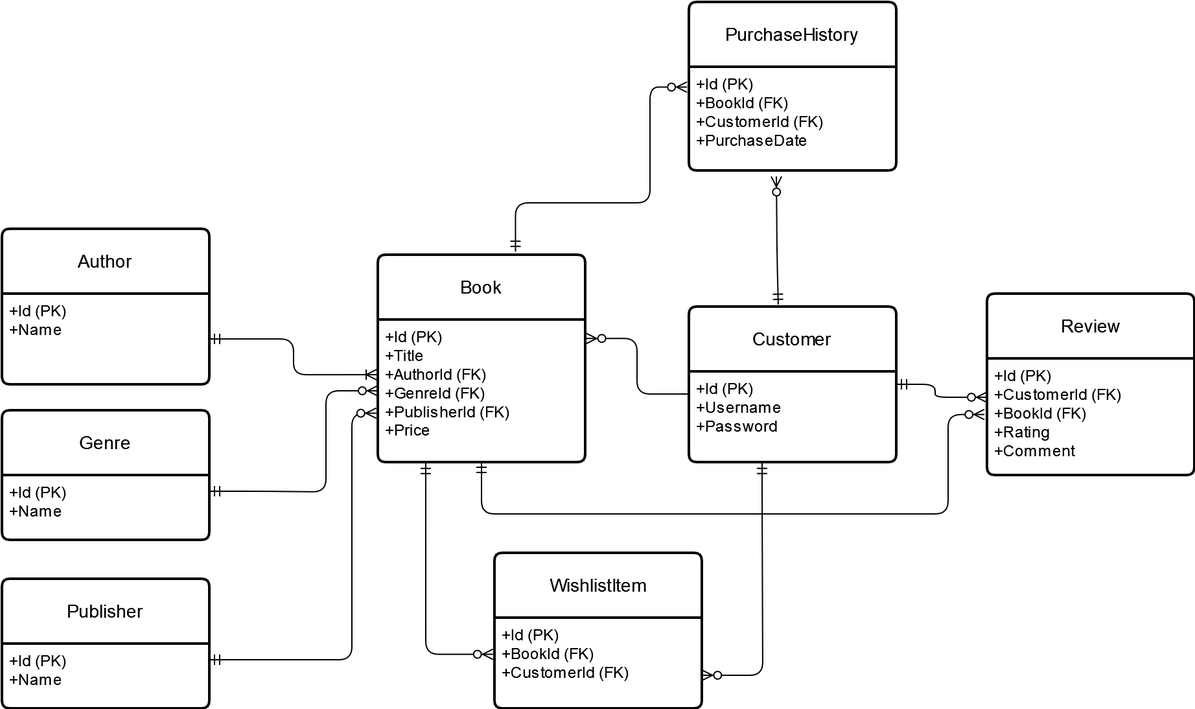
Earlier version of the draw.io export DataModel.png (misofarkas/pa200bookhub). Source tidied: cells renumbered, new cells last; positions are measured from the earlier drawing's top-left corner, leaving out a move shared by most shapes.
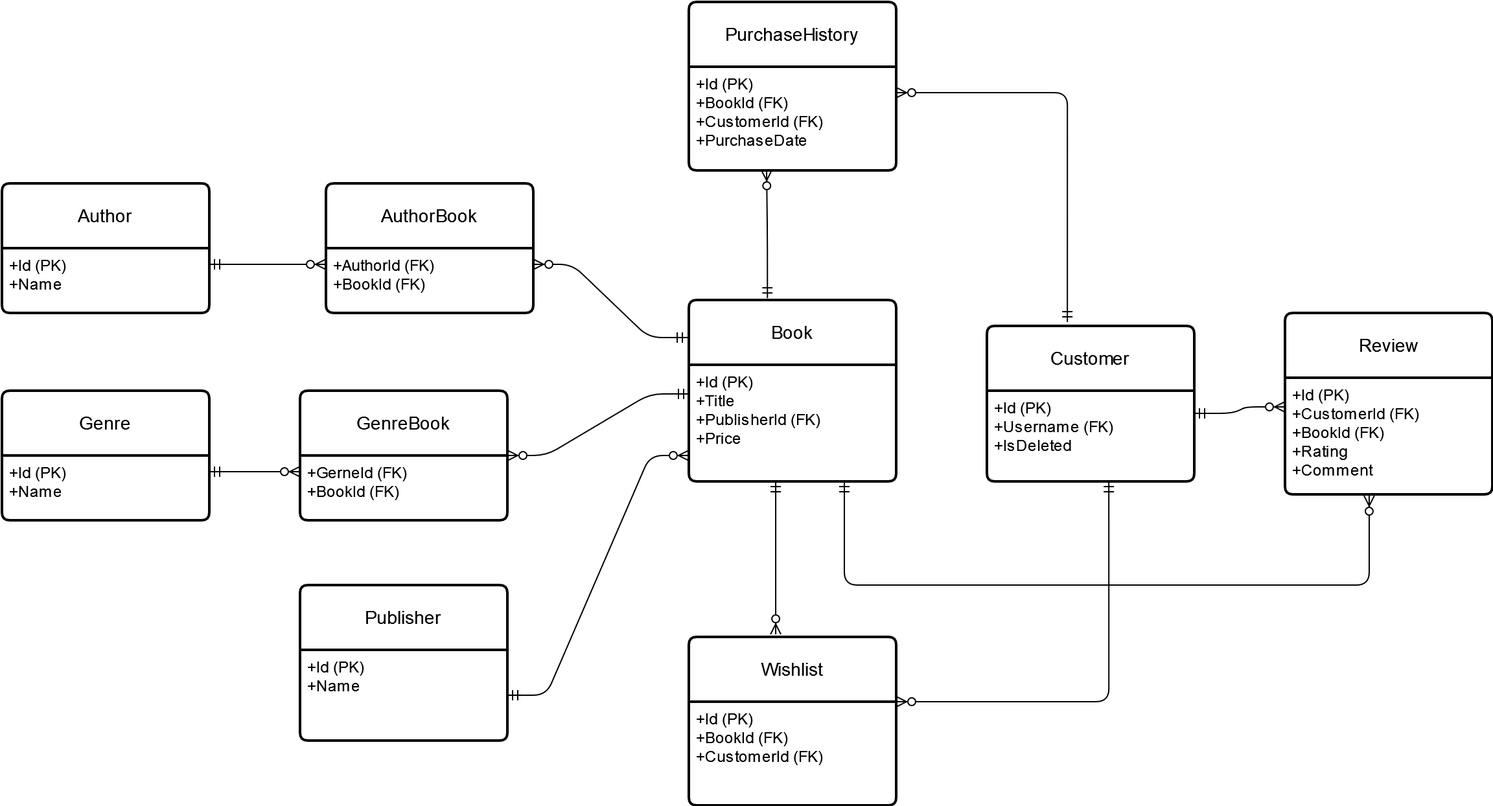
Later version of the same file.

Diff of the diagram source:
```diff
@@ -3,127 +3,117 @@
     <mxCell id="0" />
     <mxCell id="1" parent="0" />
     <mxCell id="2" value="Author" style="swimlane;horizontal=1;startSize=50;rounded=1;fontSize=14;fontStyle=0;strokeWidth=2;shadow=0;dashed=0;align=center;arcSize=4;whiteSpace=wrap;html=1;" parent="1" vertex="1">
-      <mxGeometry y="175" width="160" height="120" as="geometry" />
+      <mxGeometry x="-320" y="175" width="160" height="100" as="geometry" />
     </mxCell>
-    <mxCell id="3" value="&lt;div&gt;+Id (PK)&lt;br&gt;&lt;/div&gt;&lt;div&gt;+Name&lt;br&gt;&lt;/div&gt;" style="align=left;strokeColor=none;fillColor=none;spacingLeft=4;fontSize=12;verticalAlign=top;html=1;" parent="2" vertex="1">
-      <mxGeometry y="50" width="160" height="70" as="geometry" />
-    </mxCell>
+    <mxCell id="28" value="&lt;div&gt;+Id (PK)&lt;/div&gt;&lt;div&gt;+Name&lt;br&gt;&lt;/div&gt;" style="align=left;strokeColor=none;fillColor=none;spacingLeft=4;fontSize=12;verticalAlign=top;html=1;" parent="2" vertex="1">
+      <mxGeometry y="50" width="160" height="50" as="geometry" />
+    </mxCell>
+    <mxCell id="6" value="Genre" style="swimlane;horizontal=1;startSize=50;rounded=1;fontSize=14;fontStyle=0;strokeWidth=2;shadow=0;dashed=0;align=center;arcSize=4;whiteSpace=wrap;html=1;" parent="1" vertex="1">
+      <mxGeometry x="-320" y="335" width="160" height="100" as="geometry" />
+    </mxCell>
+    <mxCell id="29" value="&lt;div&gt;+Id (PK)&lt;/div&gt;&lt;div&gt;+Name&lt;br&gt;&lt;/div&gt;" style="align=left;strokeColor=none;fillColor=none;spacingLeft=4;fontSize=12;verticalAlign=top;html=1;" parent="6" vertex="1">
+      <mxGeometry y="50" width="160" height="50" as="geometry" />
+    </mxCell>
+    <mxCell id="8" value="Publisher" style="swimlane;horizontal=1;startSize=50;rounded=1;fontSize=14;fontStyle=0;strokeWidth=2;shadow=0;dashed=0;align=center;arcSize=4;whiteSpace=wrap;html=1;" parent="1" vertex="1">
+      <mxGeometry x="-90" y="485" width="160" height="120" as="geometry" />
+    </mxCell>
+    <mxCell id="30" value="&lt;div&gt;+Id (PK)&lt;/div&gt;&lt;div&gt;+Name&lt;br&gt;&lt;/div&gt;" style="align=left;strokeColor=none;fillColor=none;spacingLeft=4;fontSize=12;verticalAlign=top;html=1;" parent="8" vertex="1">
+      <mxGeometry y="50" width="160" height="70" as="geometry" />
+    </mxCell>
     <mxCell id="4" value="Book" style="swimlane;horizontal=1;startSize=50;rounded=1;fontSize=14;fontStyle=0;strokeWidth=2;shadow=0;dashed=0;align=center;arcSize=4;whiteSpace=wrap;html=1;" parent="1" vertex="1">
-      <mxGeometry x="290" y="195" width="160" height="160" as="geometry" />
+      <mxGeometry x="210" y="265" width="160" height="140" as="geometry" />
     </mxCell>
-    <mxCell id="5" value="&lt;div&gt;+Id (PK)&lt;br&gt;&lt;/div&gt;&lt;div&gt;+Title&lt;/div&gt;&lt;div&gt;+AuthorId (FK)&lt;/div&gt;&lt;div&gt;+GenreId (FK)&lt;/div&gt;&lt;div&gt;+PublisherId (FK)&lt;/div&gt;&lt;div&gt;+Price&lt;br&gt;&lt;/div&gt;" style="align=left;strokeColor=none;fillColor=none;spacingLeft=4;fontSize=12;verticalAlign=top;html=1;" parent="4" vertex="1">
-      <mxGeometry y="50" width="160" height="110" as="geometry" />
-    </mxCell>
-    <mxCell id="6" value="Genre" style="swimlane;horizontal=1;startSize=50;rounded=1;fontSize=14;fontStyle=0;strokeWidth=2;shadow=0;dashed=0;align=center;arcSize=4;whiteSpace=wrap;html=1;" parent="1" vertex="1">
-      <mxGeometry y="315" width="160" height="100" as="geometry" />
-    </mxCell>
-    <mxCell id="7" value="&lt;div&gt;+Id (PK)&lt;br&gt;&lt;/div&gt;&lt;div&gt;+Name&lt;br&gt;&lt;/div&gt;" style="align=left;strokeColor=none;fillColor=none;spacingLeft=4;fontSize=12;verticalAlign=top;html=1;" parent="6" vertex="1">
-      <mxGeometry y="50" width="160" height="50" as="geometry" />
-    </mxCell>
-    <mxCell id="8" value="Publisher" style="swimlane;horizontal=1;startSize=50;rounded=1;fontSize=14;fontStyle=0;strokeWidth=2;shadow=0;dashed=0;align=center;arcSize=4;whiteSpace=wrap;html=1;" parent="1" vertex="1">
-      <mxGeometry y="445" width="160" height="100" as="geometry" />
-    </mxCell>
-    <mxCell id="9" value="&lt;div&gt;+Id (PK)&lt;br&gt;&lt;/div&gt;&lt;div&gt;+Name&lt;br&gt;&lt;/div&gt;" style="align=left;strokeColor=none;fillColor=none;spacingLeft=4;fontSize=12;verticalAlign=top;html=1;" parent="8" vertex="1">
-      <mxGeometry y="50" width="160" height="50" as="geometry" />
-    </mxCell>
-    <mxCell id="10" value="Customer" style="swimlane;horizontal=1;startSize=50;rounded=1;fontSize=14;fontStyle=0;strokeWidth=2;shadow=0;dashed=0;align=center;arcSize=4;whiteSpace=wrap;html=1;" parent="1" vertex="1">
-      <mxGeometry x="530" y="235" width="160" height="120" as="geometry" />
-    </mxCell>
-    <mxCell id="11" value="&lt;div&gt;+Id (PK)&lt;br&gt;&lt;/div&gt;&lt;div&gt;+Username&lt;/div&gt;&lt;div&gt;+Password&lt;br&gt;&lt;/div&gt;" style="align=left;strokeColor=none;fillColor=none;spacingLeft=4;fontSize=12;verticalAlign=top;html=1;" parent="10" vertex="1">
-      <mxGeometry y="50" width="160" height="70" as="geometry" />
-    </mxCell>
+    <mxCell id="31" value="&lt;div&gt;+Id (PK)&lt;/div&gt;&lt;div&gt;+Title&lt;/div&gt;&lt;div&gt;+PublisherId (FK)&lt;/div&gt;&lt;div&gt;+Price&lt;br&gt;&lt;/div&gt;" style="align=left;strokeColor=none;fillColor=none;spacingLeft=4;fontSize=12;verticalAlign=top;html=1;" parent="4" vertex="1">
+      <mxGeometry y="50" width="160" height="90" as="geometry" />
+    </mxCell>
+    <mxCell id="32" value="AuthorBook" style="swimlane;horizontal=1;startSize=50;rounded=1;fontSize=14;fontStyle=0;strokeWidth=2;shadow=0;dashed=0;align=center;arcSize=4;whiteSpace=wrap;html=1;" parent="1" vertex="1">
+      <mxGeometry x="-70" y="175" width="160" height="100" as="geometry" />
+    </mxCell>
+    <mxCell id="33" value="&lt;div&gt;+AuthorId (FK)&lt;/div&gt;&lt;div&gt;+BookId (FK)&lt;br&gt;&lt;/div&gt;" style="align=left;strokeColor=none;fillColor=none;spacingLeft=4;fontSize=12;verticalAlign=top;html=1;" parent="32" vertex="1">
+      <mxGeometry y="50" width="160" height="50" as="geometry" />
+    </mxCell>
+    <mxCell id="34" value="GenreBook" style="swimlane;horizontal=1;startSize=50;rounded=1;fontSize=14;fontStyle=0;strokeWidth=2;shadow=0;dashed=0;align=center;arcSize=4;whiteSpace=wrap;html=1;" parent="1" vertex="1">
+      <mxGeometry x="-90" y="335" width="160" height="100" as="geometry" />
+    </mxCell>
+    <mxCell id="35" value="&lt;div&gt;+GerneId (FK)&lt;/div&gt;&lt;div&gt;+BookId (FK)&lt;br&gt;&lt;/div&gt;" style="align=left;strokeColor=none;fillColor=none;spacingLeft=4;fontSize=12;verticalAlign=top;html=1;" parent="34" vertex="1">
+      <mxGeometry y="50" width="160" height="50" as="geometry" />
+    </mxCell>
+    <mxCell id="36" value="Wishlist" style="swimlane;horizontal=1;startSize=50;rounded=1;fontSize=14;fontStyle=0;strokeWidth=2;shadow=0;dashed=0;align=center;arcSize=4;whiteSpace=wrap;html=1;" parent="1" vertex="1">
+      <mxGeometry x="210" y="525" width="160" height="130" as="geometry" />
+    </mxCell>
+    <mxCell id="17" value="&lt;div&gt;+Id (PK)&lt;/div&gt;&lt;div&gt;+BookId (FK)&lt;/div&gt;&lt;div&gt;+CustomerId (FK)&lt;/div&gt;&lt;div&gt;&lt;br&gt;&lt;/div&gt;" style="align=left;strokeColor=none;fillColor=none;spacingLeft=4;fontSize=12;verticalAlign=top;html=1;" parent="36" vertex="1">
+      <mxGeometry y="50" width="160" height="80" as="geometry" />
+    </mxCell>
     <mxCell id="12" value="PurchaseHistory" style="swimlane;horizontal=1;startSize=50;rounded=1;fontSize=14;fontStyle=0;strokeWidth=2;shadow=0;dashed=0;align=center;arcSize=4;whiteSpace=wrap;html=1;" parent="1" vertex="1">
-      <mxGeometry x="530" width="160" height="130" as="geometry" />
+      <mxGeometry x="210" y="35" width="160" height="130" as="geometry" />
     </mxCell>
-    <mxCell id="13" value="&lt;div&gt;+Id (PK)&lt;/div&gt;&lt;div&gt;+BookId (FK)&lt;br&gt;&lt;/div&gt;&lt;div&gt;+CustomerId (FK)&lt;/div&gt;&lt;div&gt;+PurchaseDate&lt;br&gt;&lt;/div&gt;" style="align=left;strokeColor=none;fillColor=none;spacingLeft=4;fontSize=12;verticalAlign=top;html=1;" parent="12" vertex="1">
+    <mxCell id="13" value="&lt;div&gt;+Id (PK)&lt;/div&gt;&lt;div&gt;+BookId (FK)&lt;/div&gt;&lt;div&gt;+CustomerId (FK)&lt;/div&gt;&lt;div&gt;+PurchaseDate&lt;br&gt;&lt;/div&gt;" style="align=left;strokeColor=none;fillColor=none;spacingLeft=4;fontSize=12;verticalAlign=top;html=1;" parent="12" vertex="1">
       <mxGeometry y="50" width="160" height="80" as="geometry" />
     </mxCell>
+    <mxCell id="10" value="Customer" style="swimlane;horizontal=1;startSize=50;rounded=1;fontSize=14;fontStyle=0;strokeWidth=2;shadow=0;dashed=0;align=center;arcSize=4;whiteSpace=wrap;html=1;" parent="1" vertex="1">
+      <mxGeometry x="440" y="285" width="160" height="120" as="geometry" />
+    </mxCell>
+    <mxCell id="37" value="&lt;div&gt;+Id (PK)&lt;/div&gt;&lt;div&gt;+Username (FK)&lt;/div&gt;&lt;div&gt;+IsDeleted&lt;br&gt;&lt;/div&gt;&lt;div&gt;&lt;br&gt;&lt;/div&gt;" style="align=left;strokeColor=none;fillColor=none;spacingLeft=4;fontSize=12;verticalAlign=top;html=1;" parent="10" vertex="1">
+      <mxGeometry y="50" width="160" height="70" as="geometry" />
+    </mxCell>
     <mxCell id="14" value="Review" style="swimlane;horizontal=1;startSize=50;rounded=1;fontSize=14;fontStyle=0;strokeWidth=2;shadow=0;dashed=0;align=center;arcSize=4;whiteSpace=wrap;html=1;" parent="1" vertex="1">
-      <mxGeometry x="760" y="225" width="160" height="140" as="geometry" />
+      <mxGeometry x="670" y="275" width="160" height="140" as="geometry" />
     </mxCell>
-    <mxCell id="15" value="&lt;div&gt;+Id (PK)&lt;br&gt;&lt;/div&gt;&lt;div&gt;+CustomerId (FK)&lt;/div&gt;&lt;div&gt;+BookId (FK)&lt;/div&gt;&lt;div&gt;+Rating&lt;/div&gt;&lt;div&gt;+Comment&lt;br&gt;&lt;/div&gt;" style="align=left;strokeColor=none;fillColor=none;spacingLeft=4;fontSize=12;verticalAlign=top;html=1;" parent="14" vertex="1">
+    <mxCell id="15" value="&lt;div&gt;+Id (PK)&lt;/div&gt;&lt;div&gt;+CustomerId (FK)&lt;/div&gt;&lt;div&gt;+BookId (FK)&lt;/div&gt;&lt;div&gt;+Rating&lt;/div&gt;&lt;div&gt;+Comment&lt;br&gt;&lt;/div&gt;&lt;div&gt;&lt;br&gt;&lt;/div&gt;" style="align=left;strokeColor=none;fillColor=none;spacingLeft=4;fontSize=12;verticalAlign=top;html=1;" parent="14" vertex="1">
       <mxGeometry y="50" width="160" height="90" as="geometry" />
     </mxCell>
-    <mxCell id="16" value="WishlistItem" style="swimlane;horizontal=1;startSize=50;rounded=1;fontSize=14;fontStyle=0;strokeWidth=2;shadow=0;dashed=0;align=center;arcSize=4;whiteSpace=wrap;html=1;" parent="1" vertex="1">
-      <mxGeometry x="380" y="425" width="160" height="120" as="geometry" />
-    </mxCell>
-    <mxCell id="17" value="&lt;div&gt;+Id (PK)&lt;br&gt;&lt;/div&gt;&lt;div&gt;+BookId (FK)&lt;/div&gt;&lt;div&gt;+CustomerId (FK)&lt;br&gt;&lt;/div&gt;" style="align=left;strokeColor=none;fillColor=none;spacingLeft=4;fontSize=12;verticalAlign=top;html=1;" parent="16" vertex="1">
-      <mxGeometry y="50" width="160" height="70" as="geometry" />
-    </mxCell>
-    <mxCell id="18" style="edgeStyle=orthogonalEdgeStyle;fontSize=12;html=1;endArrow=ERoneToMany;startArrow=ERmandOne;rounded=1;exitX=1;exitY=0.5;exitDx=0;exitDy=0;entryX=-0.006;entryY=0.387;entryDx=0;entryDy=0;entryPerimeter=0;" parent="1" edge="1" source="3" target="5">
-      <mxGeometry relative="1" as="geometry" />
-    </mxCell>
-    <mxCell id="19" style="edgeStyle=orthogonalEdgeStyle;fontSize=12;html=1;endArrow=ERzeroToMany;startArrow=ERmandOne;rounded=1;entryX=0;entryY=0.5;entryDx=0;entryDy=0;exitX=1;exitY=0.25;exitDx=0;exitDy=0;" parent="1" edge="1" source="7" target="5">
-      <mxGeometry relative="1" as="geometry">
-        <Array as="points">
-          <mxPoint x="200" y="378" />
-          <mxPoint x="250" y="378" />
-          <mxPoint x="250" y="300" />
-        </Array>
-      </mxGeometry>
-    </mxCell>
-    <mxCell id="20" style="edgeStyle=orthogonalEdgeStyle;fontSize=12;html=1;endArrow=ERzeroToMany;startArrow=ERmandOne;rounded=1;entryX=-0.007;entryY=0.657;entryDx=0;entryDy=0;exitX=1;exitY=0.25;exitDx=0;exitDy=0;entryPerimeter=0;" parent="1" edge="1" source="9" target="5">
-      <mxGeometry relative="1" as="geometry">
-        <Array as="points">
-          <mxPoint x="270" y="508" />
-          <mxPoint x="270" y="317" />
-        </Array>
-      </mxGeometry>
-    </mxCell>
-    <mxCell id="21" style="edgeStyle=orthogonalEdgeStyle;fontSize=12;html=1;endArrow=ERzeroToMany;endFill=1;rounded=1;exitX=0;exitY=0.25;exitDx=0;exitDy=0;entryX=1.005;entryY=0.133;entryDx=0;entryDy=0;entryPerimeter=0;" parent="1" edge="1" source="11" target="5">
-      <mxGeometry relative="1" as="geometry" />
-    </mxCell>
-    <mxCell id="22" style="edgeStyle=orthogonalEdgeStyle;fontSize=12;html=1;endArrow=ERzeroToMany;startArrow=ERmandOne;rounded=1;entryX=1.001;entryY=0.635;entryDx=0;entryDy=0;entryPerimeter=0;exitX=0.353;exitY=1.012;exitDx=0;exitDy=0;exitPerimeter=0;" parent="1" edge="1" source="11" target="17">
-      <mxGeometry relative="1" as="geometry">
-        <Array as="points">
-          <mxPoint x="586" y="385" />
-          <mxPoint x="587" y="519" />
-          <mxPoint x="542" y="519" />
-        </Array>
-      </mxGeometry>
-    </mxCell>
-    <mxCell id="23" style="edgeStyle=orthogonalEdgeStyle;fontSize=12;html=1;endArrow=ERzeroToMany;startArrow=ERmandOne;rounded=1;entryX=-0.007;entryY=0.404;entryDx=0;entryDy=0;exitX=0.231;exitY=1.008;exitDx=0;exitDy=0;exitPerimeter=0;entryPerimeter=0;" parent="1" edge="1" source="5" target="17">
-      <mxGeometry relative="1" as="geometry">
-        <Array as="points">
-          <mxPoint x="327" y="503" />
-        </Array>
-      </mxGeometry>
-    </mxCell>
+    <mxCell id="38" style="edgeStyle=entityRelationEdgeStyle;fontSize=12;html=1;endArrow=ERzeroToMany;startArrow=ERmandOne;rounded=1;startFill=0;" parent="1" edge="1" source="30">
+      <mxGeometry relative="1" as="geometry">
+        <mxPoint x="210" y="385" as="targetPoint" />
+      </mxGeometry>
+    </mxCell>
+    <mxCell id="39" style="edgeStyle=entityRelationEdgeStyle;fontSize=12;html=1;endArrow=ERzeroToMany;startArrow=ERmandOne;rounded=1;exitX=1;exitY=0.25;exitDx=0;exitDy=0;entryX=0;entryY=0.25;entryDx=0;entryDy=0;" parent="1" edge="1" source="28" target="33">
+      <mxGeometry relative="1" as="geometry" />
+    </mxCell>
+    <mxCell id="40" style="edgeStyle=entityRelationEdgeStyle;fontSize=12;html=1;endArrow=ERzeroToMany;startArrow=ERmandOne;rounded=1;entryX=1;entryY=0.25;entryDx=0;entryDy=0;exitX=-0.006;exitY=0.207;exitDx=0;exitDy=0;exitPerimeter=0;" parent="1" edge="1" source="4" target="33">
+      <mxGeometry relative="1" as="geometry" />
+    </mxCell>
+    <mxCell id="41" style="edgeStyle=entityRelationEdgeStyle;fontSize=12;html=1;endArrow=ERzeroToMany;startArrow=ERmandOne;rounded=1;entryX=1;entryY=0;entryDx=0;entryDy=0;exitX=0;exitY=0.25;exitDx=0;exitDy=0;" parent="1" edge="1" source="31" target="35">
+      <mxGeometry relative="1" as="geometry" />
+    </mxCell>
+    <mxCell id="42" style="edgeStyle=entityRelationEdgeStyle;fontSize=12;html=1;endArrow=ERzeroToMany;startArrow=ERmandOne;rounded=1;entryX=0;entryY=0.25;entryDx=0;entryDy=0;exitX=1;exitY=0.25;exitDx=0;exitDy=0;" parent="1" edge="1" source="29" target="35">
+      <mxGeometry relative="1" as="geometry" />
+    </mxCell>
+    <mxCell id="43" style="edgeStyle=orthogonalEdgeStyle;fontSize=12;html=1;endArrow=ERzeroToMany;startArrow=ERmandOne;rounded=1;entryX=0.419;entryY=-0.015;entryDx=0;entryDy=0;entryPerimeter=0;exitX=0.419;exitY=1;exitDx=0;exitDy=0;exitPerimeter=0;" parent="1" edge="1" source="31" target="36">
+      <mxGeometry relative="1" as="geometry" />
+    </mxCell>
+    <mxCell id="44" style="edgeStyle=orthogonalEdgeStyle;fontSize=12;html=1;endArrow=ERzeroToMany;startArrow=ERmandOne;rounded=1;entryX=1;entryY=0;entryDx=0;entryDy=0;exitX=0.588;exitY=1;exitDx=0;exitDy=0;exitPerimeter=0;" parent="1" edge="1" source="37" target="17">
+      <mxGeometry relative="1" as="geometry">
+        <Array as="points">
+          <mxPoint x="534" y="575" />
+        </Array>
+      </mxGeometry>
+    </mxCell>
+    <mxCell id="45" style="edgeStyle=orthogonalEdgeStyle;fontSize=12;html=1;endArrow=ERzeroToMany;startArrow=ERmandOne;rounded=1;entryX=0.375;entryY=0.998;entryDx=0;entryDy=0;entryPerimeter=0;exitX=0.379;exitY=-0.01;exitDx=0;exitDy=0;exitPerimeter=0;" parent="1" edge="1" source="4" target="13">
+      <mxGeometry relative="1" as="geometry">
+        <Array as="points">
+          <mxPoint x="271" y="215" />
+          <mxPoint x="270" y="215" />
+        </Array>
+      </mxGeometry>
+    </mxCell>
-    <mxCell id="24" style="edgeStyle=orthogonalEdgeStyle;fontSize=12;html=1;endArrow=ERzeroToMany;startArrow=ERmandOne;rounded=1;entryX=0.422;entryY=1.058;entryDx=0;entryDy=0;entryPerimeter=0;exitX=0.431;exitY=-0.013;exitDx=0;exitDy=0;exitPerimeter=0;" parent="1" edge="1" source="10" target="13">
+    <mxCell id="24" style="edgeStyle=orthogonalEdgeStyle;fontSize=12;html=1;endArrow=ERzeroToMany;startArrow=ERmandOne;rounded=1;entryX=1;entryY=0.25;entryDx=0;entryDy=0;exitX=0.388;exitY=-0.025;exitDx=0;exitDy=0;exitPerimeter=0;" parent="1" edge="1" source="10" target="13">
       <mxGeometry relative="1" as="geometry">
         <Array as="points">
-          <mxPoint x="598" y="233" />
-          <mxPoint x="598" y="195" />
-          <mxPoint x="598" y="195" />
+          <mxPoint x="502" y="105" />
         </Array>
       </mxGeometry>
     </mxCell>
-    <mxCell id="25" style="edgeStyle=orthogonalEdgeStyle;fontSize=12;html=1;endArrow=ERmandOne;startArrow=ERzeroToMany;rounded=1;entryX=0.664;entryY=-0.015;entryDx=0;entryDy=0;entryPerimeter=0;exitX=-0.009;exitY=0.196;exitDx=0;exitDy=0;exitPerimeter=0;endFill=0;startFill=0;" parent="1" edge="1" source="13" target="4">
-      <mxGeometry relative="1" as="geometry">
-        <Array as="points">
-          <mxPoint x="500" y="66" />
-          <mxPoint x="500" y="155" />
-          <mxPoint x="396" y="155" />
-        </Array>
-      </mxGeometry>
-    </mxCell>
-    <mxCell id="26" style="edgeStyle=orthogonalEdgeStyle;fontSize=12;html=1;endArrow=ERzeroToMany;startArrow=ERmandOne;rounded=1;entryX=0;entryY=0.333;entryDx=0;entryDy=0;exitX=1;exitY=0.5;exitDx=0;exitDy=0;entryPerimeter=0;" parent="1" edge="1" source="10" target="15">
-      <mxGeometry relative="1" as="geometry">
-        <Array as="points">
-          <mxPoint x="720" y="295" />
-          <mxPoint x="720" y="305" />
-        </Array>
-      </mxGeometry>
-    </mxCell>
-    <mxCell id="27" style="edgeStyle=orthogonalEdgeStyle;fontSize=12;html=1;endArrow=ERzeroToMany;startArrow=ERmandOne;rounded=1;entryX=-0.012;entryY=0.481;entryDx=0;entryDy=0;entryPerimeter=0;" parent="1" edge="1" source="5" target="15">
-      <mxGeometry relative="1" as="geometry">
-        <Array as="points">
-          <mxPoint x="370" y="395" />
-          <mxPoint x="730" y="395" />
-          <mxPoint x="730" y="318" />
-          <mxPoint x="758" y="318" />
-        </Array>
-      </mxGeometry>
-    </mxCell>
+    <mxCell id="46" style="edgeStyle=entityRelationEdgeStyle;fontSize=12;html=1;endArrow=ERzeroToMany;startArrow=ERmandOne;rounded=1;entryX=0;entryY=0.25;entryDx=0;entryDy=0;exitX=1;exitY=0.25;exitDx=0;exitDy=0;" parent="1" edge="1" source="37" target="15">
+      <mxGeometry relative="1" as="geometry" />
+    </mxCell>
+    <mxCell id="47" style="edgeStyle=orthogonalEdgeStyle;fontSize=12;html=1;endArrow=ERzeroToMany;startArrow=ERmandOne;rounded=1;entryX=0.406;entryY=1.011;entryDx=0;entryDy=0;entryPerimeter=0;exitX=0.75;exitY=1;exitDx=0;exitDy=0;" parent="1" edge="1" source="31" target="15">
+      <mxGeometry relative="1" as="geometry">
+        <Array as="points">
+          <mxPoint x="330" y="485" />
+          <mxPoint x="735" y="485" />
+        </Array>
+      </mxGeometry>
+    </mxCell>
   </root>
 </mxGraphModel>
```
